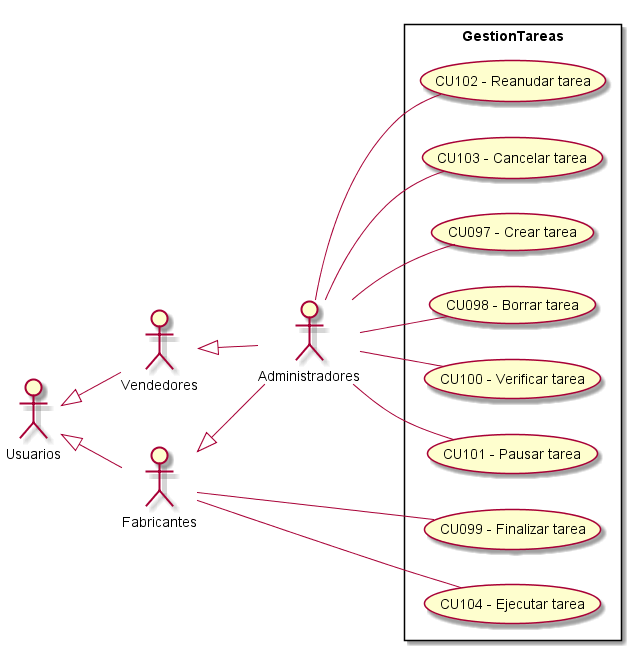
This is Informe Final/Imagenes/ModeladoDeCasosDeUso/DiagramaDeCasosDeUso/GestionTareas.png from ZMGestion/DocumentacionZMGestion, a PlantUML export, as it was before one commit.
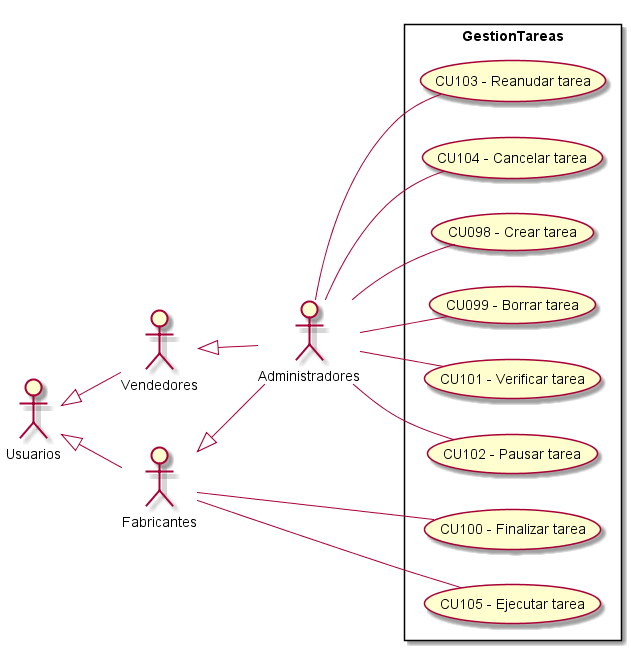
After the commit.

What changed in the source:
```diff
@@ -13,14 +13,14 @@
  left to right direction
 
 rectangle GestionTareas{
-    UseCase "CU097 - Crear tarea" as C
-    UseCase "CU098 - Borrar tarea" as B
-    UseCase "CU099 - Finalizar tarea" as Finalizar
-    UseCase "CU100 - Verificar tarea" as Verificar
-    UseCase "CU101 - Pausar tarea" as Pausar
-    UseCase "CU102 - Reanudar tarea" as Reanudar
-    UseCase "CU103 - Cancelar tarea" as Cancelar
-    UseCase "CU104 - Ejecutar tarea" as Ejecutar
+    UseCase "CU098 - Crear tarea" as C
+    UseCase "CU099 - Borrar tarea" as B
+    UseCase "CU100 - Finalizar tarea" as Finalizar
+    UseCase "CU101 - Verificar tarea" as Verificar
+    UseCase "CU102 - Pausar tarea" as Pausar
+    UseCase "CU103 - Reanudar tarea" as Reanudar
+    UseCase "CU104 - Cancelar tarea" as Cancelar
+    UseCase "CU105 - Ejecutar tarea" as Ejecutar
 }
     Administradores -- C
     Administradores -- B
```
